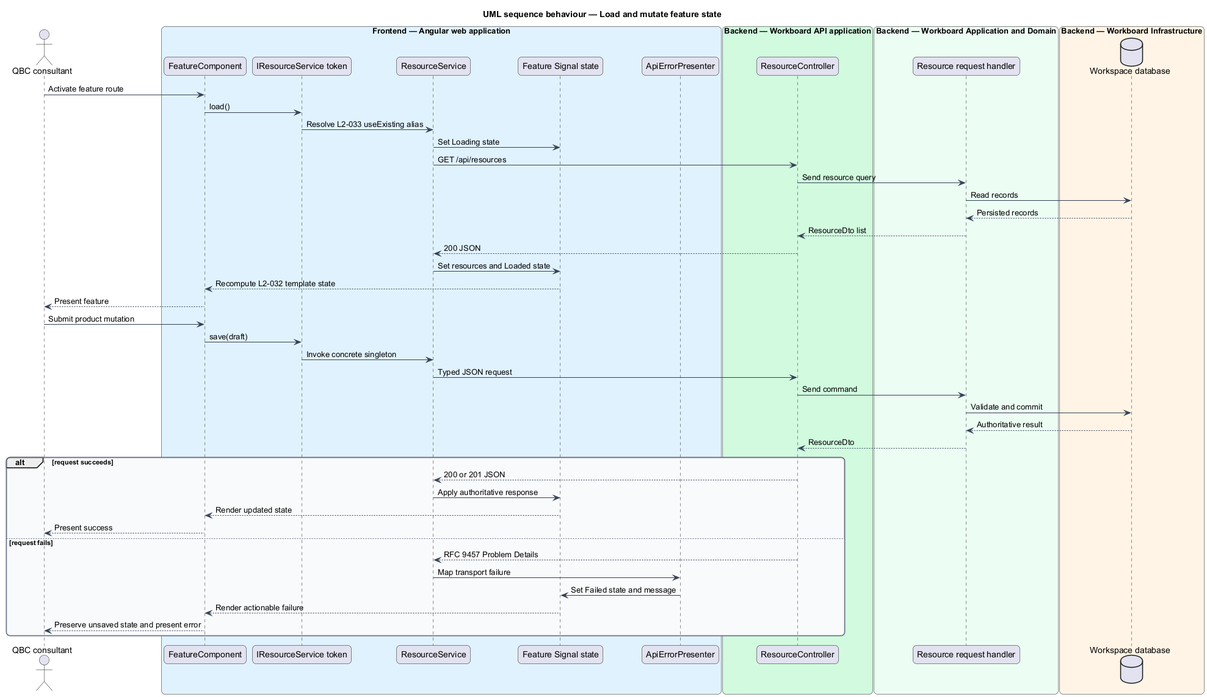
The PlantUML diagram docs/detailed-designs/platform/render-angular-workspace/diagrams/sequence-consume-service.png in QuinntyneBrown/quinntyne-brown-consulting, before a commit.
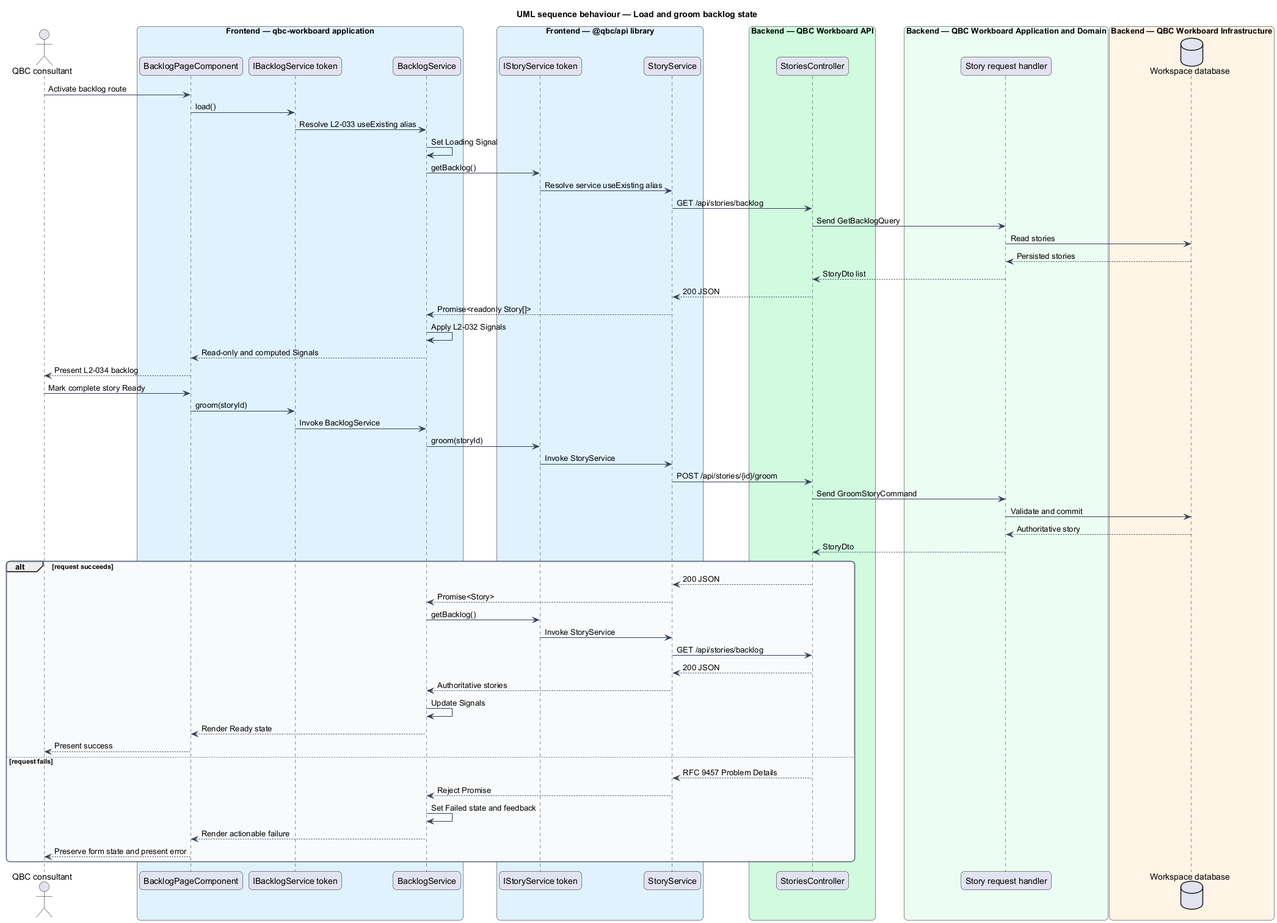
After the change.

What changed in the source:
```diff
@@ -1,5 +1,5 @@
 @startuml
-title UML sequence behaviour — Load and mutate feature state
+title UML sequence behaviour — Load and groom backlog state
 skinparam backgroundColor #FFFFFF
 skinparam shadowing false
 skinparam roundcorner 12
@@ -15,54 +15,68 @@
   BackgroundColor #F9FAFB
 }
 actor "QBC consultant" as actor
-box "Frontend — Angular web application" #E0F2FE
-  participant "FeatureComponent" as component
-  participant "IResourceService token" as contract
-  participant "ResourceService" as service
-  participant "Feature Signal state" as signals
-  participant "ApiErrorPresenter" as error
+box "Frontend — qbc-workboard application" #E0F2FE
+  participant "BacklogPageComponent" as page
+  participant "IBacklogService token" as appcontract
+  participant "BacklogService" as store
 end box
-box "Backend — Workboard API application" #D1FADF
-  participant "ResourceController" as controller
+box "Frontend — @qbc/api library" #E0F2FE
+  participant "IStoryService token" as apicontract
+  participant "StoryService" as client
 end box
-box "Backend — Workboard Application and Domain" #ECFDF3
-  participant "Resource request handler" as handler
+box "Backend — QBC Workboard API" #D1FADF
+  participant "StoriesController" as controller
 end box
-box "Backend — Workboard Infrastructure" #FFF4E5
+box "Backend — QBC Workboard Application and Domain" #ECFDF3
+  participant "Story request handler" as handler
+end box
+box "Backend — QBC Workboard Infrastructure" #FFF4E5
   database "Workspace database" as db
 end box
 
-actor -> component : Activate feature route
-component -> contract : load()
-contract -> service : Resolve L2-033 useExisting alias
-service -> signals : Set Loading state
-service -> controller : GET /api/resources
-controller -> handler : Send resource query
-handler -> db : Read records
-db --> handler : Persisted records
-handler --> controller : ResourceDto list
-controller --> service : 200 JSON
-service -> signals : Set resources and Loaded state
-signals --> component : Recompute L2-032 template state
-component --> actor : Present feature
-actor -> component : Submit product mutation
-component -> contract : save(draft)
-contract -> service : Invoke concrete singleton
-service -> controller : Typed JSON request
-controller -> handler : Send command
+actor -> page : Activate backlog route
+page -> appcontract : load()
+appcontract -> store : Resolve L2-033 useExisting alias
+store -> store : Set Loading Signal
+store -> apicontract : getBacklog()
+apicontract -> client : Resolve service useExisting alias
+client -> controller : GET /api/stories/backlog
+controller -> handler : Send GetBacklogQuery
+handler -> db : Read stories
+db --> handler : Persisted stories
+handler --> controller : StoryDto list
+controller --> client : 200 JSON
+client --> store : Promise<readonly Story[]>
+store -> store : Apply L2-032 Signals
+store --> page : Read-only and computed Signals
+page --> actor : Present L2-034 backlog
+
+actor -> page : Mark complete story Ready
+page -> appcontract : groom(storyId)
+appcontract -> store : Invoke BacklogService
+store -> apicontract : groom(storyId)
+apicontract -> client : Invoke StoryService
+client -> controller : POST /api/stories/{id}/groom
+controller -> handler : Send GroomStoryCommand
 handler -> db : Validate and commit
-db --> handler : Authoritative result
-handler --> controller : ResourceDto
+db --> handler : Authoritative story
+handler --> controller : StoryDto
 alt request succeeds
-  controller --> service : 200 or 201 JSON
-  service -> signals : Apply authoritative response
-  signals --> component : Render updated state
-  component --> actor : Present success
+  controller --> client : 200 JSON
+  client --> store : Promise<Story>
+  store -> apicontract : getBacklog()
+  apicontract -> client : Invoke StoryService
+  client -> controller : GET /api/stories/backlog
+  controller --> client : 200 JSON
+  client --> store : Authoritative stories
+  store -> store : Update Signals
+  store --> page : Render Ready state
+  page --> actor : Present success
 else request fails
-  controller --> service : RFC 9457 Problem Details
-  service -> error : Map transport failure
-  error -> signals : Set Failed state and message
-  signals --> component : Render actionable failure
-  component --> actor : Preserve unsaved state and present error
+  controller --> client : RFC 9457 Problem Details
+  client --> store : Reject Promise
+  store -> store : Set Failed state and feedback
+  store --> page : Render actionable failure
+  page --> actor : Preserve form state and present error
 end
 @enduml
```
